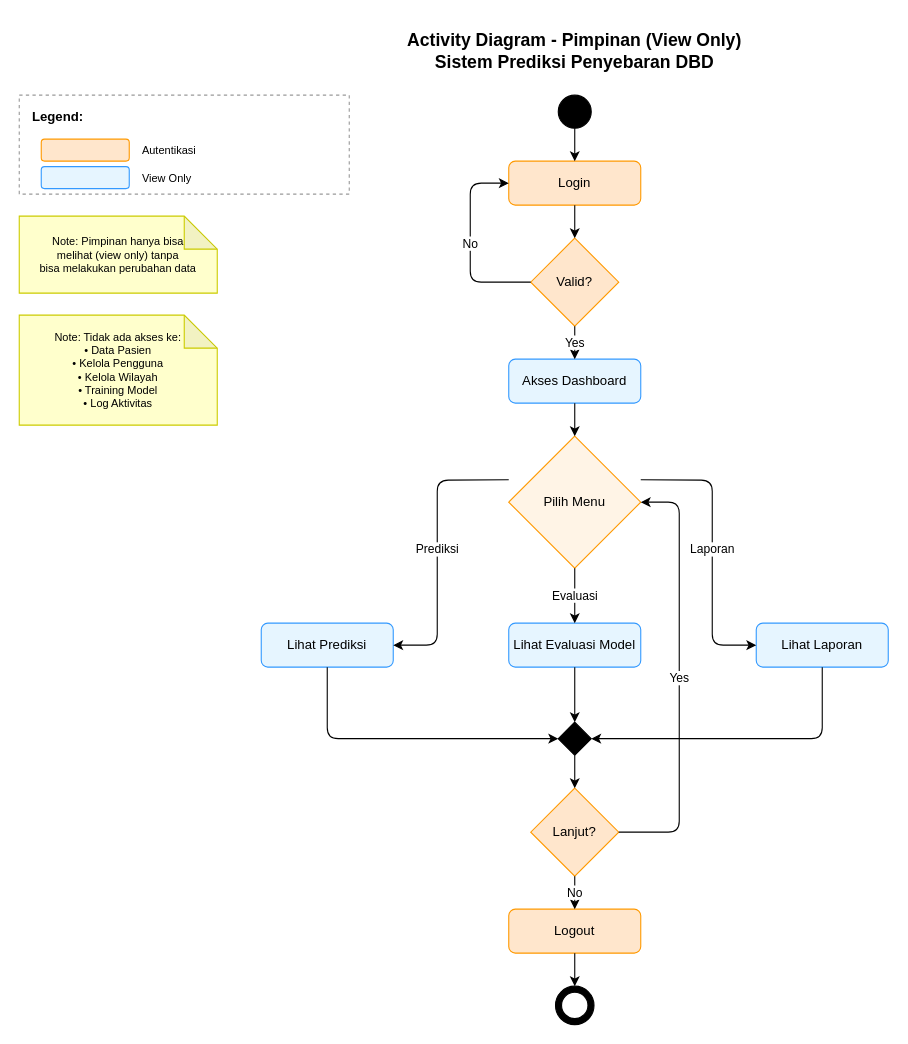
Before: Dokumen/UML/activity_diagram_pimpinan.drawio in Suwardi87/prediksi-DBD, a draw.io diagram. Source tidied: cells renumbered, new cells numbered last; positions are measured from the earlier drawing's top-left corner, leaving out a move shared by most shapes. Both pictures are drawn from the tidied source at 110%, with x=0, y=0 at pixel (19, 29).
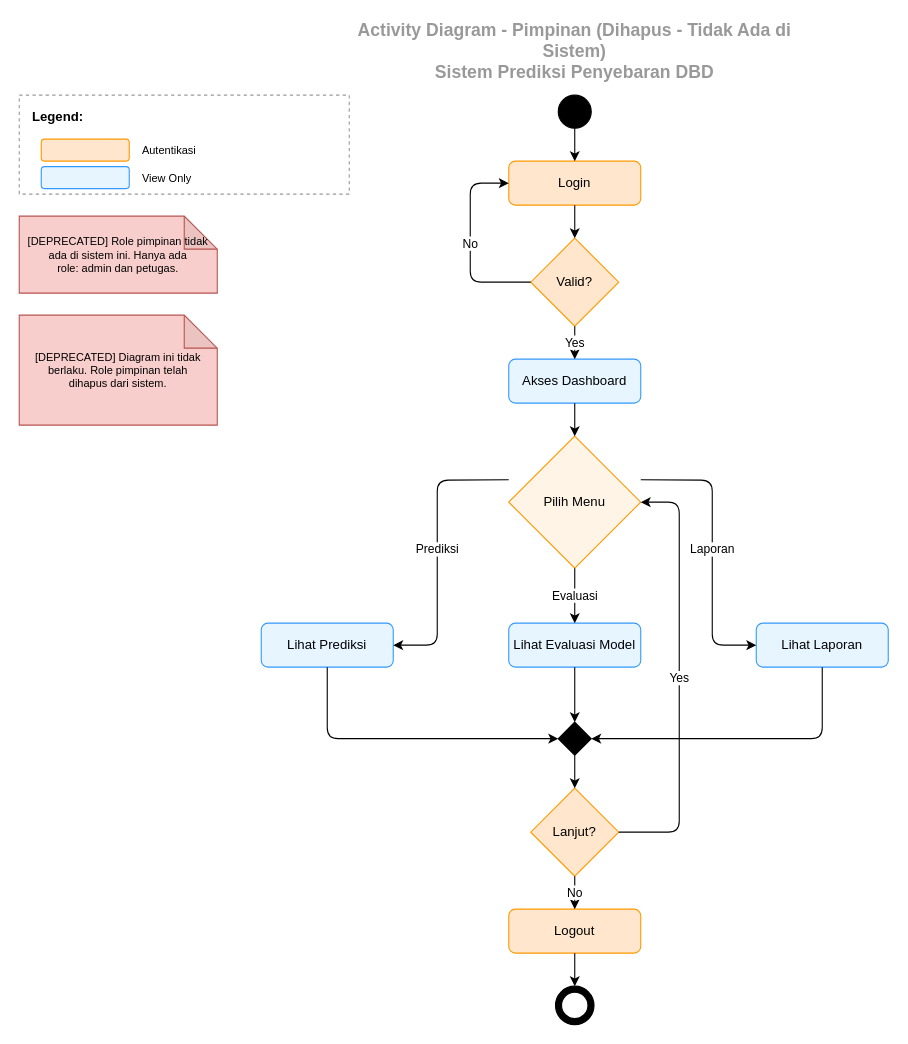
After the change.

What changed in the source:
```diff
@@
-    <mxCell id="2" value="Activity Diagram - Pimpinan (View Only)&#10;Sistem Prediksi Penyebaran DBD" style="text;html=1;strokeColor=none;fillColor=none;align=center;verticalAlign=middle;whiteSpace=wrap;rounded=0;fontSize=16;fontStyle=1;" parent="1" vertex="1">
+    <mxCell id="2" value="Activity Diagram - Pimpinan (Dihapus - Tidak Ada di Sistem)&#10;Sistem Prediksi Penyebaran DBD" style="text;html=1;strokeColor=none;fillColor=none;align=center;verticalAlign=middle;whiteSpace=wrap;rounded=0;fontSize=16;fontStyle=1;fontColor=#999999;" parent="1" vertex="1">
       <mxGeometry x="305" width="400" height="40" as="geometry" />
     </mxCell>
@@
-    <mxCell id="37" value="Note: Pimpinan hanya bisa&#10;melihat (view only) tanpa&#10;bisa melakukan perubahan data" style="shape=note;whiteSpace=wrap;html=1;backgroundOutline=1;darkOpacity=0.05;fillColor=#FFFFCC;strokeColor=#CCCC00;fontSize=10;" parent="1" vertex="1">
+    <mxCell id="37" value="[DEPRECATED] Role pimpinan tidak&#10;ada di sistem ini. Hanya ada&#10;role: admin dan petugas." style="shape=note;whiteSpace=wrap;html=1;backgroundOutline=1;darkOpacity=0.05;fillColor=#f8cecc;strokeColor=#b85450;fontSize=10;" parent="1" vertex="1">
       <mxGeometry y="170" width="180" height="70" as="geometry" />
     </mxCell>
-    <mxCell id="38" value="Note: Tidak ada akses ke:&#10;• Data Pasien&#10;• Kelola Pengguna&#10;• Kelola Wilayah&#10;• Training Model&#10;• Log Aktivitas" style="shape=note;whiteSpace=wrap;html=1;backgroundOutline=1;darkOpacity=0.05;fillColor=#FFFFCC;strokeColor=#CCCC00;fontSize=10;" parent="1" vertex="1">
+    <mxCell id="38" value="[DEPRECATED] Diagram ini tidak&#10;berlaku. Role pimpinan telah&#10;dihapus dari sistem." style="shape=note;whiteSpace=wrap;html=1;backgroundOutline=1;darkOpacity=0.05;fillColor=#f8cecc;strokeColor=#b85450;fontSize=10;" parent="1" vertex="1">
       <mxGeometry y="260" width="180" height="100" as="geometry" />
     </mxCell>
```
